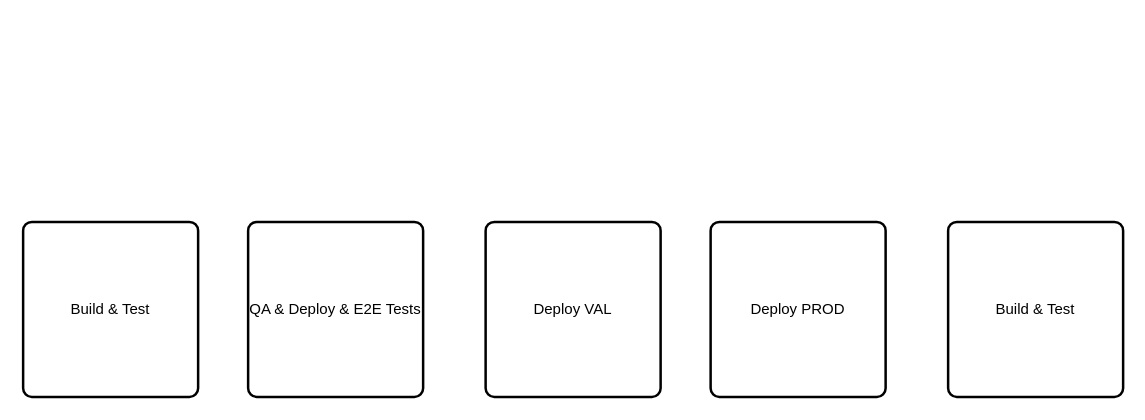
The draw.io diagram JenkinsOccFlow.drawio in claytonbrown/aws-drawing, before the edit. Source tidied: cells renumbered, new cells numbered last; positions are measured from the earlier drawing's top-left corner, leaving out a move shared by most shapes. Both pictures are drawn from the tidied source at 125%, with x=0, y=0 at pixel (22, 221). Pictures stored in the file or linked from it are replaced by grey dashed boxes.
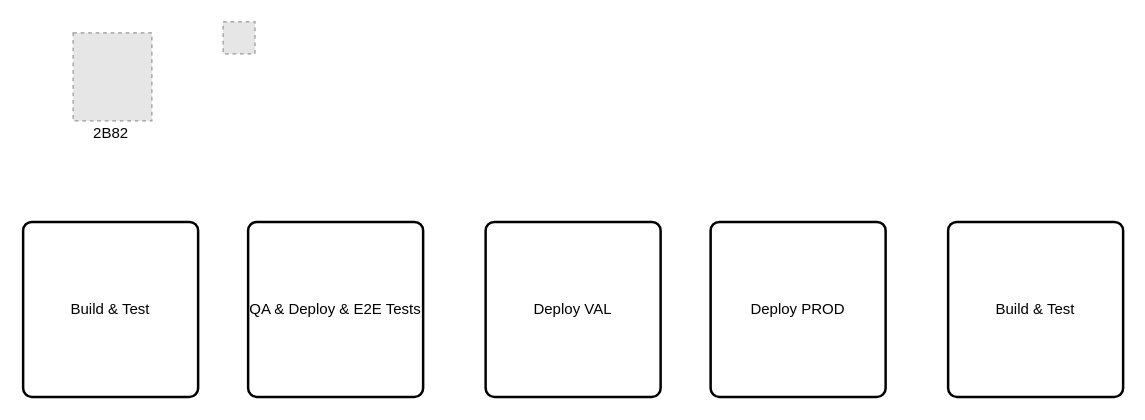
After the change.

Commit message:
repo artifactory docker

The edit, as a diff of the source:
```diff
@@
 <mxGraphModel>
   <root>
     <mxCell id="0" />
     <mxCell id="1" parent="0" />
     <mxCell id="2" value="Build &amp;amp; Test" style="rounded=1;whiteSpace=wrap;html=1;absoluteArcSize=1;arcSize=14;strokeWidth=2;" parent="1" vertex="1">
       <mxGeometry width="140" height="140" as="geometry" />
     </mxCell>
     <mxCell id="3" value="QA &amp;amp; Deploy &amp;amp; E2E Tests" style="rounded=1;whiteSpace=wrap;html=1;absoluteArcSize=1;arcSize=14;strokeWidth=2;" parent="1" vertex="1">
       <mxGeometry x="180" width="140" height="140" as="geometry" />
     </mxCell>
     <mxCell id="4" value="Deploy VAL" style="rounded=1;whiteSpace=wrap;html=1;absoluteArcSize=1;arcSize=14;strokeWidth=2;" parent="1" vertex="1">
       <mxGeometry x="370" width="140" height="140" as="geometry" />
     </mxCell>
     <mxCell id="5" value="Deploy PROD" style="rounded=1;whiteSpace=wrap;html=1;absoluteArcSize=1;arcSize=14;strokeWidth=2;" parent="1" vertex="1">
       <mxGeometry x="550" width="140" height="140" as="geometry" />
     </mxCell>
     <mxCell id="6" value="Build &amp;amp; Test" style="rounded=1;whiteSpace=wrap;html=1;absoluteArcSize=1;arcSize=14;strokeWidth=2;" parent="1" vertex="1">
       <mxGeometry x="740" width="140" height="140" as="geometry" />
     </mxCell>
+    <mxCell id="7" style="fillColor=#E6E6E6;strokeColor=#999999;dashed=1;verticalLabelPosition=bottom;labelBackgroundColor=#ffffff;verticalAlign=top;" parent="1" vertex="1">
+      <mxGeometry x="40" y="-151.2" width="63" height="70.3" as="geometry" />
+    </mxCell>
+    <mxCell id="8" value="2B82" style="text;html=1;align=center;verticalAlign=middle;" parent="1" vertex="1">
+      <mxGeometry x="50" y="-80.9" width="40" height="20" as="geometry" />
+    </mxCell>
+    <mxCell id="9" style="fillColor=#E6E6E6;strokeColor=#999999;dashed=1;verticalLabelPosition=bottom;labelBackgroundColor=#ffffff;verticalAlign=top;" parent="1" vertex="1">
+      <mxGeometry x="160" y="-160" width="25.5" height="25.5" as="geometry" />
+    </mxCell>
   </root>
 </mxGraphModel>
```
